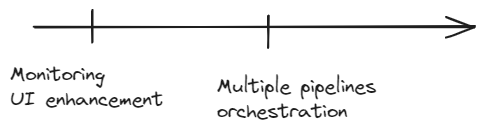
Earlier version of the Excalidraw export assets/img/posts/airflow_automation/roles/developer/growth.excalidraw.png (NMashalov/NMashalov.github.io). Source tidied: one line per element, renumbered; positions are measured from the earlier drawing's top-left corner, leaving out a move shared by most shapes. Its diagram source:
```json
{"id": 0, "type": "arrow", "strokeColor": "#1e1e1e", "strokeWidth": 2, "roughness": 1, "endArrowhead": "arrow", "round": true, "x": 25, "y": 16, "width": 440, "height": 0, "points": [[0, 0], [440, 0]]}
{"id": 1, "type": "line", "strokeColor": "#1e1e1e", "strokeWidth": 2, "roughness": 1, "round": true, "x": 82, "y": 0, "width": 0, "height": 32, "points": [[0, 0], [0, 32]]}
{"id": 2, "type": "text", "text": "Monitoring\nUI enhancement ", "strokeColor": "#1e1e1e", "strokeWidth": 2, "roughness": 1, "fontSize": 20, "fontFamily": 1, "x": 0, "y": 53, "width": 163, "height": 50}
{"id": 3, "type": "line", "strokeColor": "#1e1e1e", "strokeWidth": 2, "roughness": 1, "round": true, "x": 258, "y": 5, "width": 0, "height": 32, "points": [[0, 0], [0, 32]]}
{"id": 4, "type": "text", "text": "Multiple pipelines\norchestration", "strokeColor": "#1e1e1e", "strokeWidth": 2, "roughness": 1, "fontSize": 20, "fontFamily": 1, "x": 207, "y": 64, "width": 159, "height": 50}
```
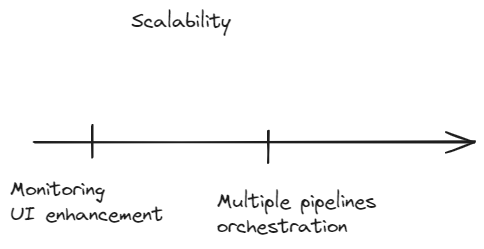
After the change.

The edit, as a diff of the source:
```diff
@@ -3,3 +3,4 @@
 {"id": 2, "type": "text", "text": "Monitoring\nUI enhancement ", "strokeColor": "#1e1e1e", "strokeWidth": 2, "roughness": 1, "fontSize": 20, "fontFamily": 1, "x": 0, "y": 53, "width": 163, "height": 50}
 {"id": 3, "type": "line", "strokeColor": "#1e1e1e", "strokeWidth": 2, "roughness": 1, "round": true, "x": 258, "y": 5, "width": 0, "height": 32, "points": [[0, 0], [0, 32]]}
 {"id": 4, "type": "text", "text": "Multiple pipelines\norchestration", "strokeColor": "#1e1e1e", "strokeWidth": 2, "roughness": 1, "fontSize": 20, "fontFamily": 1, "x": 207, "y": 64, "width": 159, "height": 50}
+{"id": 5, "type": "text", "text": "Scalability", "strokeColor": "#1e1e1e", "strokeWidth": 2, "roughness": 1, "fontSize": 20, "fontFamily": 1, "x": 121, "y": -115, "width": 99, "height": 25}
```
